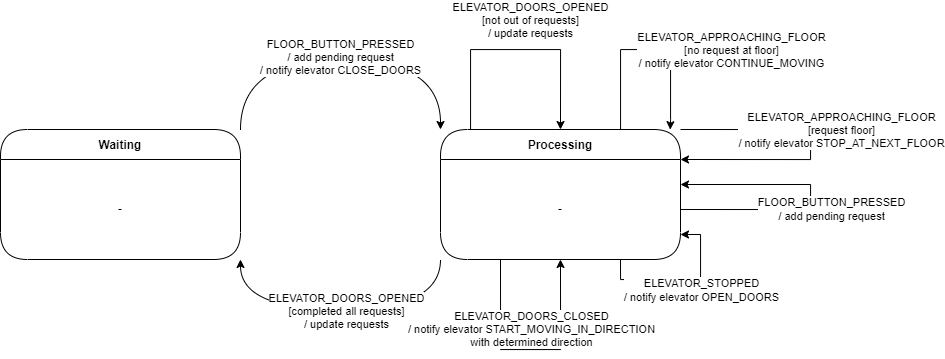
Before: UML_Diagrams/UML_State_Diagram-Scheduler.drawio.png, a diagram exported from draw.io (robsim378/sysc_3303_project). Source tidied: cells renumbered, new cells last; positions are measured from the earlier drawing's top-left corner, leaving out a move shared by most shapes.
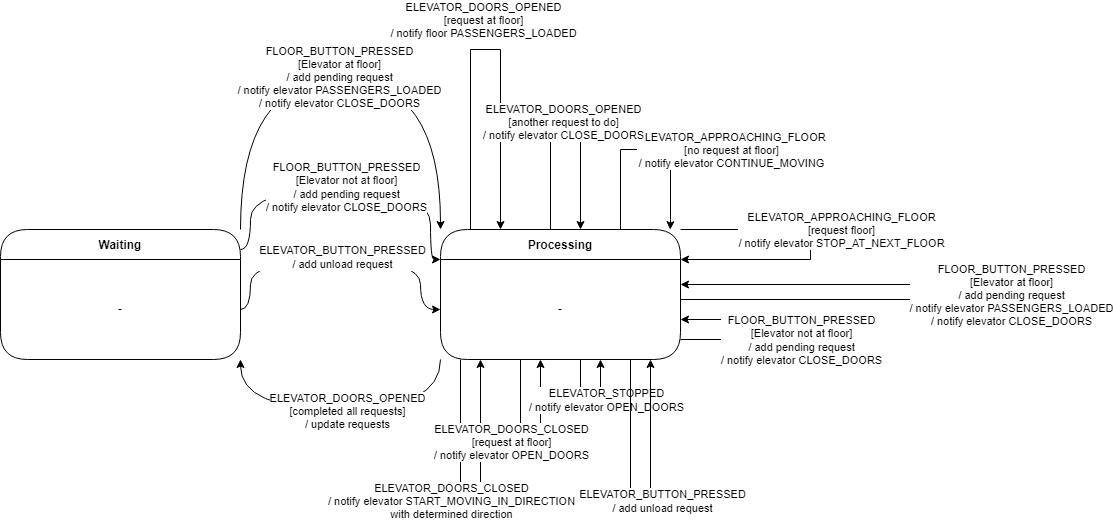
The same diagram one commit later.

Commit message:
uml state diagrams

Change to the diagram source:
```diff
@@ -5,12 +5,12 @@
     <mxCell id="2" style="edgeStyle=orthogonalEdgeStyle;rounded=0;jettySize=auto;html=1;curved=1;exitX=1;exitY=0;exitDx=0;exitDy=0;entryX=0;entryY=0;entryDx=0;entryDy=0;" parent="1" edge="1" source="4" target="10">
       <mxGeometry relative="1" as="geometry">
         <Array as="points">
-          <mxPoint x="240" y="10" />
-          <mxPoint x="440" y="10" />
+          <mxPoint x="240" y="-70" />
+          <mxPoint x="440" y="-70" />
         </Array>
       </mxGeometry>
     </mxCell>
-    <mxCell id="3" value="FLOOR_BUTTON_PRESSED&lt;br&gt;/ add pending request&lt;br&gt;/ notify elevator CLOSE_DOORS" style="edgeLabel;html=1;align=center;verticalAlign=middle;" parent="2" vertex="1">
+    <mxCell id="3" value="FLOOR_BUTTON_PRESSED&lt;br&gt;[Elevator at floor]&lt;br&gt;/ add pending request&lt;br&gt;/ notify elevator PASSENGERS_LOADED&lt;br&gt;/ notify elevator CLOSE_DOORS" style="edgeLabel;html=1;align=center;verticalAlign=middle;" parent="2" vertex="1">
       <mxGeometry x="-0.03" y="3" relative="1" as="geometry">
         <mxPoint x="5" as="offset" />
       </mxGeometry>
@@ -33,17 +33,17 @@
     <mxCell id="7" value="ELEVATOR_DOORS_OPENED&lt;br&gt;[completed all requests]&lt;br&gt;/ update requests" style="edgeLabel;html=1;align=center;verticalAlign=middle;" parent="6" vertex="1">
       <mxGeometry x="-0.04" y="1" relative="1" as="geometry" />
     </mxCell>
-    <mxCell id="8" style="edgeStyle=orthogonalEdgeStyle;rounded=0;orthogonalLoop=1;jettySize=auto;html=1;entryX=0.5;entryY=0;entryDx=0;entryDy=0;" parent="1" edge="1" source="10" target="10">
+    <mxCell id="8" style="edgeStyle=orthogonalEdgeStyle;rounded=0;orthogonalLoop=1;jettySize=auto;html=1;" parent="1" edge="1" source="10" target="10">
       <mxGeometry relative="1" as="geometry">
         <Array as="points">
-          <mxPoint x="470" />
-          <mxPoint x="560" />
+          <mxPoint x="470" y="-100" />
+          <mxPoint x="500" y="-100" />
         </Array>
       </mxGeometry>
     </mxCell>
-    <mxCell id="9" value="ELEVATOR_DOORS_OPENED&lt;br style=&quot;border-color: var(--border-color);&quot;&gt;[not out of requests]&lt;br&gt;/ update requests" style="edgeLabel;html=1;align=center;verticalAlign=middle;" parent="8" vertex="1">
+    <mxCell id="9" value="ELEVATOR_DOORS_OPENED&lt;br style=&quot;border-color: var(--border-color);&quot;&gt;[request at floor]&lt;br&gt;/ notify floor PASSENGERS_LOADED" style="edgeLabel;html=1;align=center;verticalAlign=middle;" parent="8" vertex="1">
       <mxGeometry x="0.26" relative="1" as="geometry">
-        <mxPoint x="-18" y="-30" as="offset" />
+        <mxPoint x="-18" y="-66" as="offset" />
       </mxGeometry>
     </mxCell>
     <mxCell id="10" value="Processing" style="swimlane;fontStyle=1;align=center;verticalAlign=middle;horizontal=1;startSize=30;fontColor=#000000;rounded=1;arcSize=30;strokeColor=#000000;fillColor=#FFFFFF;swimlaneFillColor=#FFFFFF;" parent="1" vertex="1">
@@ -52,27 +52,6 @@
     <mxCell id="11" value="-" style="text;html=1;strokeColor=none;fillColor=none;align=center;verticalAlign=middle;spacingLeft=4;spacingRight=4;whiteSpace=wrap;overflow=hidden;fontColor=#000000;" parent="10" vertex="1">
       <mxGeometry y="30" width="240" height="100" as="geometry" />
     </mxCell>
-    <mxCell id="12" style="edgeStyle=orthogonalEdgeStyle;rounded=0;orthogonalLoop=1;jettySize=auto;html=1;entryX=0.5;entryY=1;entryDx=0;entryDy=0;exitX=0.25;exitY=1;exitDx=0;exitDy=0;" parent="10" edge="1" source="11" target="11">
-      <mxGeometry relative="1" as="geometry">
-        <Array as="points">
-          <mxPoint x="60" y="220" />
-          <mxPoint x="120" y="220" />
-        </Array>
-      </mxGeometry>
-    </mxCell>
-    <mxCell id="13" value="ELEVATOR_DOORS_CLOSED&lt;br style=&quot;border-color: var(--border-color);&quot;&gt;/ notify elevator START_MOVING_IN_DIRECTION&lt;br&gt;with determined direction" style="edgeLabel;html=1;align=center;verticalAlign=middle;" parent="12" vertex="1">
-      <mxGeometry x="0.26" relative="1" as="geometry">
-        <mxPoint x="-30" y="-19" as="offset" />
-      </mxGeometry>
-    </mxCell>
-    <mxCell id="14" style="edgeStyle=orthogonalEdgeStyle;rounded=0;orthogonalLoop=1;jettySize=auto;html=1;exitX=0.75;exitY=1;exitDx=0;exitDy=0;entryX=1;entryY=0.75;entryDx=0;entryDy=0;" parent="10" edge="1" source="11" target="11">
-      <mxGeometry relative="1" as="geometry" />
-    </mxCell>
-    <mxCell id="15" value="ELEVATOR_STOPPED&lt;br&gt;/ notify elevator OPEN_DOORS" style="edgeLabel;html=1;align=center;verticalAlign=middle;" parent="14" vertex="1">
-      <mxGeometry x="0.07" y="1" relative="1" as="geometry">
-        <mxPoint x="12" y="11" as="offset" />
-      </mxGeometry>
-    </mxCell>
     <mxCell id="16" style="edgeStyle=orthogonalEdgeStyle;rounded=0;jettySize=auto;html=1;exitX=1;exitY=0;exitDx=0;exitDy=0;entryX=1;entryY=0;entryDx=0;entryDy=0;" parent="10" edge="1" source="10" target="11">
       <mxGeometry relative="1" as="geometry">
         <Array as="points">
@@ -86,17 +65,17 @@
         <mxPoint x="31" y="-12" as="offset" />
       </mxGeometry>
     </mxCell>
-    <mxCell id="18" style="edgeStyle=orthogonalEdgeStyle;rounded=0;orthogonalLoop=1;jettySize=auto;html=1;entryX=1;entryY=0.25;entryDx=0;entryDy=0;exitX=1;exitY=0.5;exitDx=0;exitDy=0;" parent="10" edge="1" source="11" target="11">
+    <mxCell id="18" style="edgeStyle=orthogonalEdgeStyle;rounded=0;orthogonalLoop=1;jettySize=auto;html=1;entryX=1;entryY=0.25;entryDx=0;entryDy=0;" parent="10" edge="1" source="11" target="11">
       <mxGeometry relative="1" as="geometry">
         <Array as="points">
-          <mxPoint x="370" y="80" />
-          <mxPoint x="370" y="55" />
+          <mxPoint x="480" y="70" />
+          <mxPoint x="480" y="55" />
         </Array>
       </mxGeometry>
     </mxCell>
-    <mxCell id="19" value="FLOOR_BUTTON_PRESSED&lt;br style=&quot;border-color: var(--border-color);&quot;&gt;/ add pending request" style="edgeLabel;html=1;align=center;verticalAlign=middle;" parent="18" vertex="1">
+    <mxCell id="19" value="FLOOR_BUTTON_PRESSED&lt;br style=&quot;border-color: var(--border-color);&quot;&gt;[Elevator at floor]&lt;br style=&quot;border-color: var(--border-color);&quot;&gt;/ add pending request&lt;br style=&quot;border-color: var(--border-color);&quot;&gt;/ notify elevator PASSENGERS_LOADED&lt;br style=&quot;border-color: var(--border-color);&quot;&gt;/ notify elevator CLOSE_DOORS" style="edgeLabel;html=1;align=center;verticalAlign=middle;" parent="18" vertex="1">
       <mxGeometry relative="1" as="geometry">
-        <mxPoint x="20" y="12" as="offset" />
+        <mxPoint x="90" y="2" as="offset" />
       </mxGeometry>
     </mxCell>
     <mxCell id="20" style="edgeStyle=orthogonalEdgeStyle;rounded=0;orthogonalLoop=1;jettySize=auto;html=1;entryX=0.957;entryY=0.001;entryDx=0;entryDy=0;entryPerimeter=0;" parent="1" edge="1" source="10" target="10">
@@ -113,5 +92,113 @@
         <mxPoint x="111" y="-27" as="offset" />
       </mxGeometry>
     </mxCell>
+    <mxCell id="22" style="edgeStyle=orthogonalEdgeStyle;rounded=0;jettySize=auto;html=1;curved=1;" parent="1" edge="1" source="5" target="11">
+      <mxGeometry relative="1" as="geometry">
+        <Array as="points">
+          <mxPoint x="250" y="160" />
+          <mxPoint x="250" y="110" />
+          <mxPoint x="420" y="110" />
+          <mxPoint x="420" y="160" />
+        </Array>
+      </mxGeometry>
+    </mxCell>
+    <mxCell id="23" value="ELEVATOR_BUTTON_PRESSED&lt;br&gt;/ add unload request" style="edgeLabel;html=1;align=center;verticalAlign=middle;" parent="22" vertex="1">
+      <mxGeometry x="-0.03" y="3" relative="1" as="geometry">
+        <mxPoint x="5" as="offset" />
+      </mxGeometry>
+    </mxCell>
+    <mxCell id="24" style="edgeStyle=orthogonalEdgeStyle;rounded=0;orthogonalLoop=1;jettySize=auto;html=1;" parent="1" edge="1" source="10" target="10">
+      <mxGeometry relative="1" as="geometry">
+        <Array as="points">
+          <mxPoint x="550" y="-10" />
+          <mxPoint x="580" y="-10" />
+        </Array>
+      </mxGeometry>
+    </mxCell>
+    <mxCell id="25" value="ELEVATOR_DOORS_OPENED&lt;br&gt;[another request to do]&lt;br&gt;/ notify elevator CLOSE_DOORS" style="edgeLabel;html=1;align=center;verticalAlign=middle;" parent="24" vertex="1">
+      <mxGeometry x="0.26" relative="1" as="geometry">
+        <mxPoint x="-18" y="-30" as="offset" />
+      </mxGeometry>
+    </mxCell>
+    <mxCell id="26" style="edgeStyle=orthogonalEdgeStyle;rounded=0;jettySize=auto;html=1;curved=1;entryX=0;entryY=0;entryDx=0;entryDy=0;" parent="1" edge="1" source="4" target="11">
+      <mxGeometry relative="1" as="geometry">
+        <Array as="points">
+          <mxPoint x="250" y="100" />
+          <mxPoint x="250" y="40" />
+          <mxPoint x="430" y="40" />
+          <mxPoint x="430" y="110" />
+        </Array>
+      </mxGeometry>
+    </mxCell>
+    <mxCell id="27" value="FLOOR_BUTTON_PRESSED&lt;br&gt;[Elevator not at floor]&lt;br&gt;/ add pending request&lt;br&gt;/ notify elevator CLOSE_DOORS" style="edgeLabel;html=1;align=center;verticalAlign=middle;" parent="26" vertex="1">
+      <mxGeometry x="-0.03" y="3" relative="1" as="geometry">
+        <mxPoint x="5" as="offset" />
+      </mxGeometry>
+    </mxCell>
+    <mxCell id="12" style="edgeStyle=orthogonalEdgeStyle;rounded=0;orthogonalLoop=1;jettySize=auto;html=1;" parent="1" edge="1" source="10" target="10">
+      <mxGeometry relative="1" as="geometry">
+        <Array as="points">
+          <mxPoint x="460" y="370" />
+          <mxPoint x="480" y="370" />
+        </Array>
+      </mxGeometry>
+    </mxCell>
+    <mxCell id="13" value="ELEVATOR_DOORS_CLOSED&lt;br style=&quot;border-color: var(--border-color);&quot;&gt;/ notify elevator START_MOVING_IN_DIRECTION&lt;br&gt;with determined direction" style="edgeLabel;html=1;align=center;verticalAlign=middle;" parent="12" vertex="1">
+      <mxGeometry x="0.26" relative="1" as="geometry">
+        <mxPoint x="-30" y="15" as="offset" />
+      </mxGeometry>
+    </mxCell>
+    <mxCell id="28" style="edgeStyle=orthogonalEdgeStyle;rounded=0;orthogonalLoop=1;jettySize=auto;html=1;" parent="1" edge="1" source="10" target="10">
+      <mxGeometry relative="1" as="geometry">
+        <Array as="points">
+          <mxPoint x="520" y="290" />
+          <mxPoint x="540" y="290" />
+        </Array>
+      </mxGeometry>
+    </mxCell>
+    <mxCell id="29" value="ELEVATOR_DOORS_CLOSED&lt;br&gt;[request at floor]&lt;br style=&quot;border-color: var(--border-color);&quot;&gt;/ notify elevator OPEN_DOORS" style="edgeLabel;html=1;align=center;verticalAlign=middle;" parent="28" vertex="1">
+      <mxGeometry x="0.26" relative="1" as="geometry">
+        <mxPoint x="-30" y="15" as="offset" />
+      </mxGeometry>
+    </mxCell>
+    <mxCell id="14" style="edgeStyle=orthogonalEdgeStyle;rounded=0;orthogonalLoop=1;jettySize=auto;html=1;" parent="1" edge="1" source="10" target="10">
+      <mxGeometry relative="1" as="geometry">
+        <Array as="points">
+          <mxPoint x="580" y="240" />
+          <mxPoint x="600" y="240" />
+        </Array>
+      </mxGeometry>
+    </mxCell>
+    <mxCell id="15" value="ELEVATOR_STOPPED&lt;br&gt;/ notify elevator OPEN_DOORS" style="edgeLabel;html=1;align=center;verticalAlign=middle;" parent="14" vertex="1">
+      <mxGeometry x="0.07" y="1" relative="1" as="geometry">
+        <mxPoint x="12" y="11" as="offset" />
+      </mxGeometry>
+    </mxCell>
+    <mxCell id="30" style="edgeStyle=orthogonalEdgeStyle;rounded=0;orthogonalLoop=1;jettySize=auto;html=1;" parent="1" edge="1" source="10" target="10">
+      <mxGeometry relative="1" as="geometry">
+        <Array as="points">
+          <mxPoint x="820" y="190" />
+          <mxPoint x="820" y="170" />
+        </Array>
+      </mxGeometry>
+    </mxCell>
+    <mxCell id="31" value="FLOOR_BUTTON_PRESSED&lt;br style=&quot;border-color: var(--border-color);&quot;&gt;[Elevator not at floor]&lt;br style=&quot;border-color: var(--border-color);&quot;&gt;/ add pending request&lt;br style=&quot;border-color: var(--border-color);&quot;&gt;/ notify elevator CLOSE_DOORS" style="edgeLabel;html=1;align=center;verticalAlign=middle;" parent="30" vertex="1">
+      <mxGeometry relative="1" as="geometry">
+        <mxPoint x="-20" y="10" as="offset" />
+      </mxGeometry>
+    </mxCell>
+    <mxCell id="32" style="edgeStyle=orthogonalEdgeStyle;rounded=0;orthogonalLoop=1;jettySize=auto;html=1;" parent="1" edge="1" source="10" target="10">
+      <mxGeometry relative="1" as="geometry">
+        <Array as="points">
+          <mxPoint x="630" y="340" />
+          <mxPoint x="650" y="340" />
+        </Array>
+      </mxGeometry>
+    </mxCell>
+    <mxCell id="33" value="ELEVATOR_BUTTON_PRESSED&lt;br style=&quot;border-color: var(--border-color);&quot;&gt;/ add unload request" style="edgeLabel;html=1;align=center;verticalAlign=middle;" parent="32" vertex="1">
+      <mxGeometry x="0.07" y="1" relative="1" as="geometry">
+        <mxPoint x="12" y="11" as="offset" />
+      </mxGeometry>
+    </mxCell>
   </root>
 </mxGraphModel>
```
